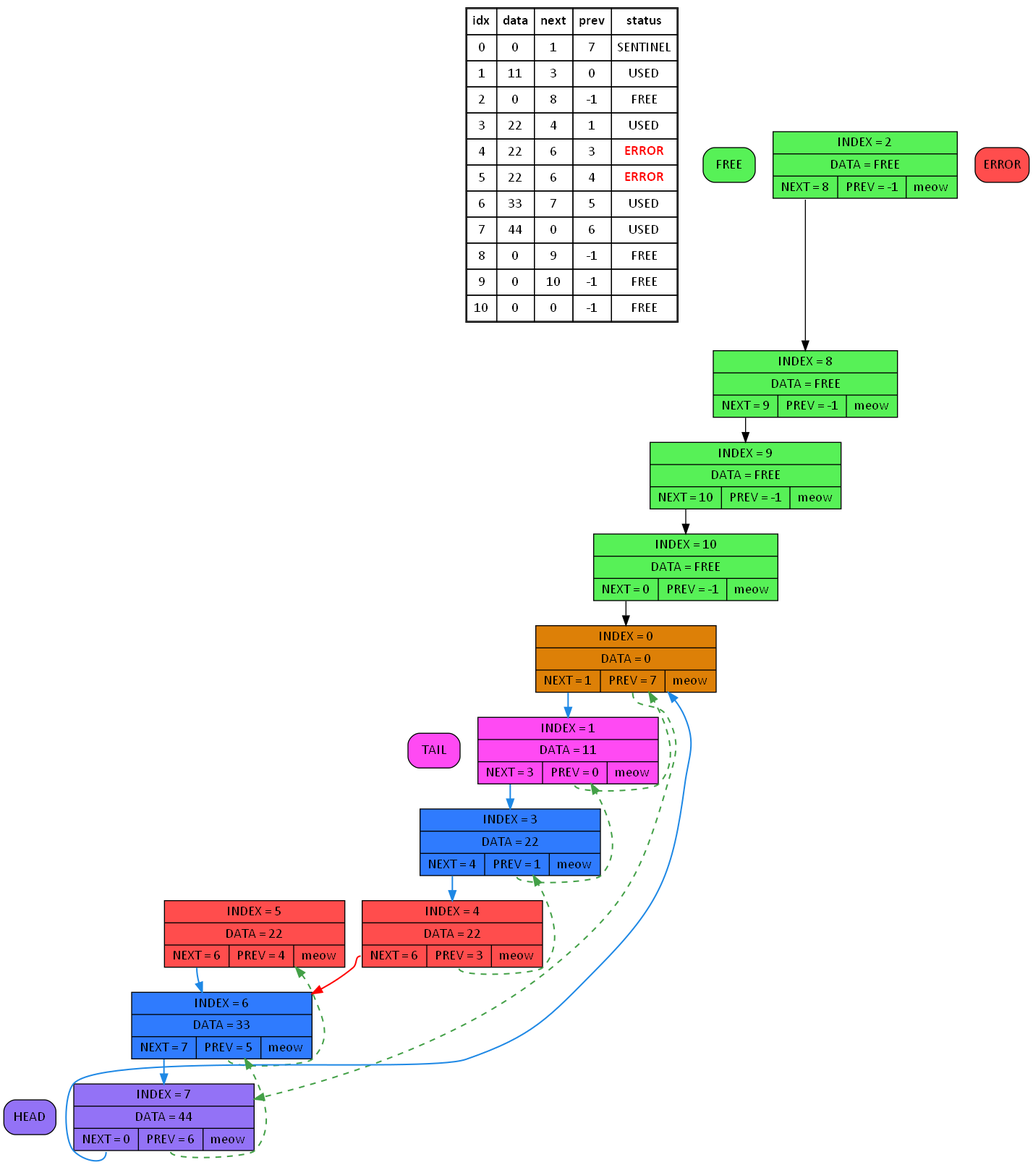
Before: dump.png, a diagram exported from Graphviz (YegorGr/Lists). Its source is kept beside it as dump.dot.
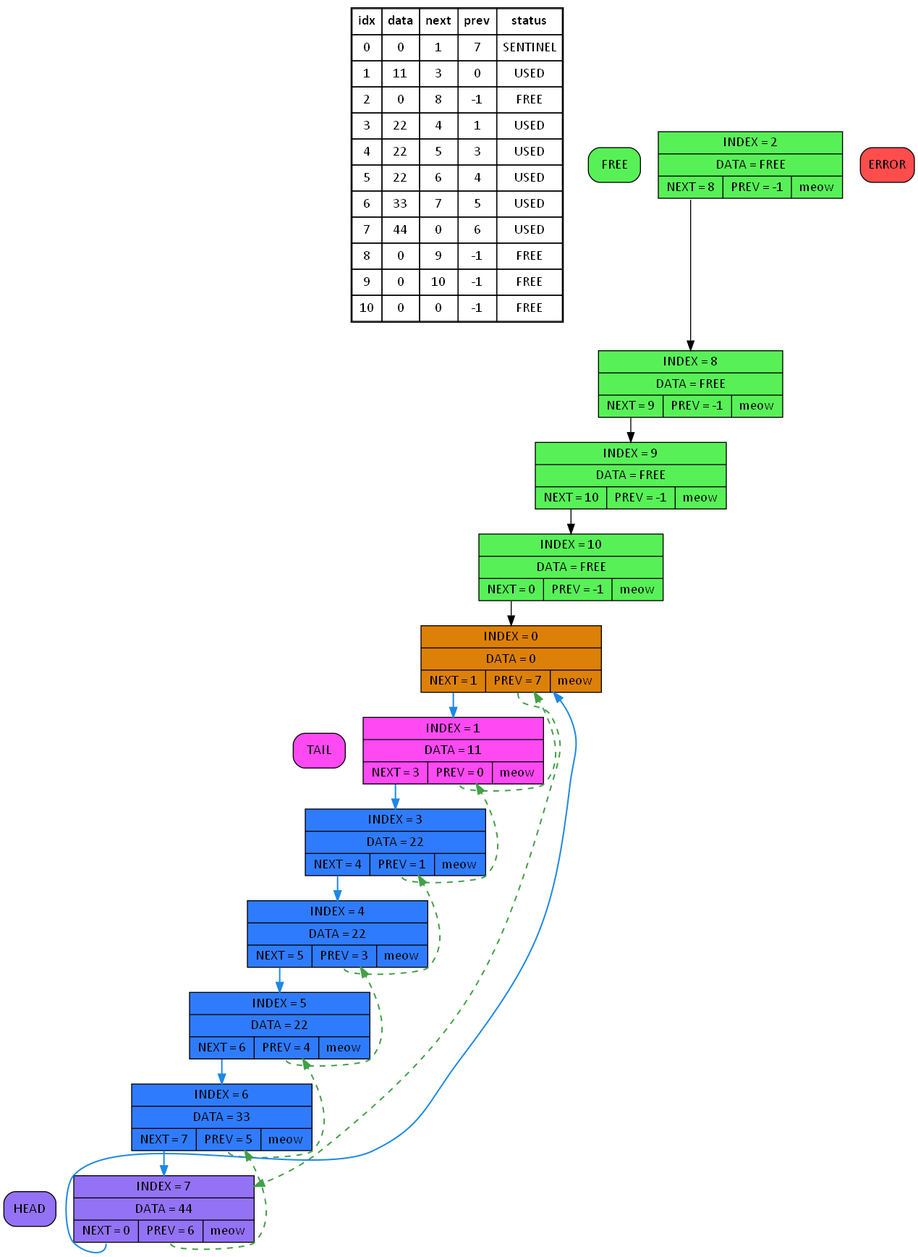
The same diagram one commit later.

Diff of the diagram source:
```diff
@@ -10,8 +10,8 @@
       <TR><TD>1</TD><TD>11</TD><TD>3</TD><TD>0</TD><TD>USED</TD></TR>
       <TR><TD>2</TD><TD>0</TD><TD>8</TD><TD>-1</TD><TD>FREE</TD></TR>
       <TR><TD>3</TD><TD>22</TD><TD>4</TD><TD>1</TD><TD>USED</TD></TR>
-      <TR><TD>4</TD><TD>22</TD><TD>6</TD><TD>3</TD><TD><FONT COLOR="red"><B>ERROR</B></FONT></TD></TR>
-      <TR><TD>5</TD><TD>22</TD><TD>6</TD><TD>4</TD><TD><FONT COLOR="red"><B>ERROR</B></FONT></TD></TR>
+      <TR><TD>4</TD><TD>22</TD><TD>5</TD><TD>3</TD><TD>USED</TD></TR>
+      <TR><TD>5</TD><TD>22</TD><TD>6</TD><TD>4</TD><TD>USED</TD></TR>
       <TR><TD>6</TD><TD>33</TD><TD>7</TD><TD>5</TD><TD>USED</TD></TR>
       <TR><TD>7</TD><TD>44</TD><TD>0</TD><TD>6</TD><TD>USED</TD></TR>
       <TR><TD>8</TD><TD>0</TD><TD>9</TD><TD>-1</TD><TD>FREE</TD></TR>
@@ -24,8 +24,8 @@
   node_1 [shape=record, style=filled, fillcolor="#ff4af3", label="{ INDEX = 1 | DATA = 11 | { <n> NEXT = 3 | <p> PREV = 0 | meow } }"];
   node_2 [shape=record, style=filled, fillcolor="#57f157", label="{ INDEX = 2 | DATA = FREE | { <n> NEXT = 8 | <p> PREV = -1 | meow } }"];
   node_3 [shape=record, style=filled, fillcolor="#2f7bfe", label="{ INDEX = 3 | DATA = 22 | { <n> NEXT = 4 | <p> PREV = 1 | meow } }"];
-  node_4 [shape=record, style=filled, fillcolor="#ff4d4d", label="{ INDEX = 4 | DATA = 22 | { <n> NEXT = 6 | <p> PREV = 3 | meow } }"];
-  node_5 [shape=record, style=filled, fillcolor="#ff4d4d", label="{ INDEX = 5 | DATA = 22 | { <n> NEXT = 6 | <p> PREV = 4 | meow } }"];
+  node_4 [shape=record, style=filled, fillcolor="#2f7bfe", label="{ INDEX = 4 | DATA = 22 | { <n> NEXT = 5 | <p> PREV = 3 | meow } }"];
+  node_5 [shape=record, style=filled, fillcolor="#2f7bfe", label="{ INDEX = 5 | DATA = 22 | { <n> NEXT = 6 | <p> PREV = 4 | meow } }"];
   node_6 [shape=record, style=filled, fillcolor="#2f7bfe", label="{ INDEX = 6 | DATA = 33 | { <n> NEXT = 7 | <p> PREV = 5 | meow } }"];
   node_7 [shape=record, style=filled, fillcolor="#9372f6", label="{ INDEX = 7 | DATA = 44 | { <n> NEXT = 0 | <p> PREV = 6 | meow } }"];
   node_8 [shape=record, style=filled, fillcolor="#57f157", label="{ INDEX = 8 | DATA = FREE | { <n> NEXT = 9 | <p> PREV = -1 | meow } }"];
@@ -51,10 +51,10 @@
   node_1:p -> node_0 [rank=same, color="#43a047", constraint=false, style=dashed, penwidth=1.5];
   node_3:n -> node_4 [rank=same, weight=100, color="#1e88e5", penwidth=1.5];
   node_3:p -> node_1 [rank=same, color="#43a047", constraint=false, style=dashed, penwidth=1.5];
-  node_4:n -> node_6 [rank=same, weight=100, color="#ff0000", penwidth=1.5];
+  node_4:n -> node_5 [rank=same, weight=100, color="#1e88e5", penwidth=1.5];
   node_4:p -> node_3 [rank=same, color="#43a047", constraint=false, style=dashed, penwidth=1.5];
   node_5:n -> node_6 [rank=same, weight=100, color="#1e88e5", penwidth=1.5];
-  node_5:p -> node_4 [rank=same, color="#ff0000", constraint=false, style=dashed, penwidth=1.5];
+  node_5:p -> node_4 [rank=same, color="#43a047", constraint=false, style=dashed, penwidth=1.5];
   node_6:n -> node_7 [rank=same, weight=100, color="#1e88e5", penwidth=1.5];
   node_6:p -> node_5 [rank=same, color="#43a047", constraint=false, style=dashed, penwidth=1.5];
   node_7:n -> node_0 [rank=same, constraint=false, color="#1e88e5", penwidth=1.5];
```
